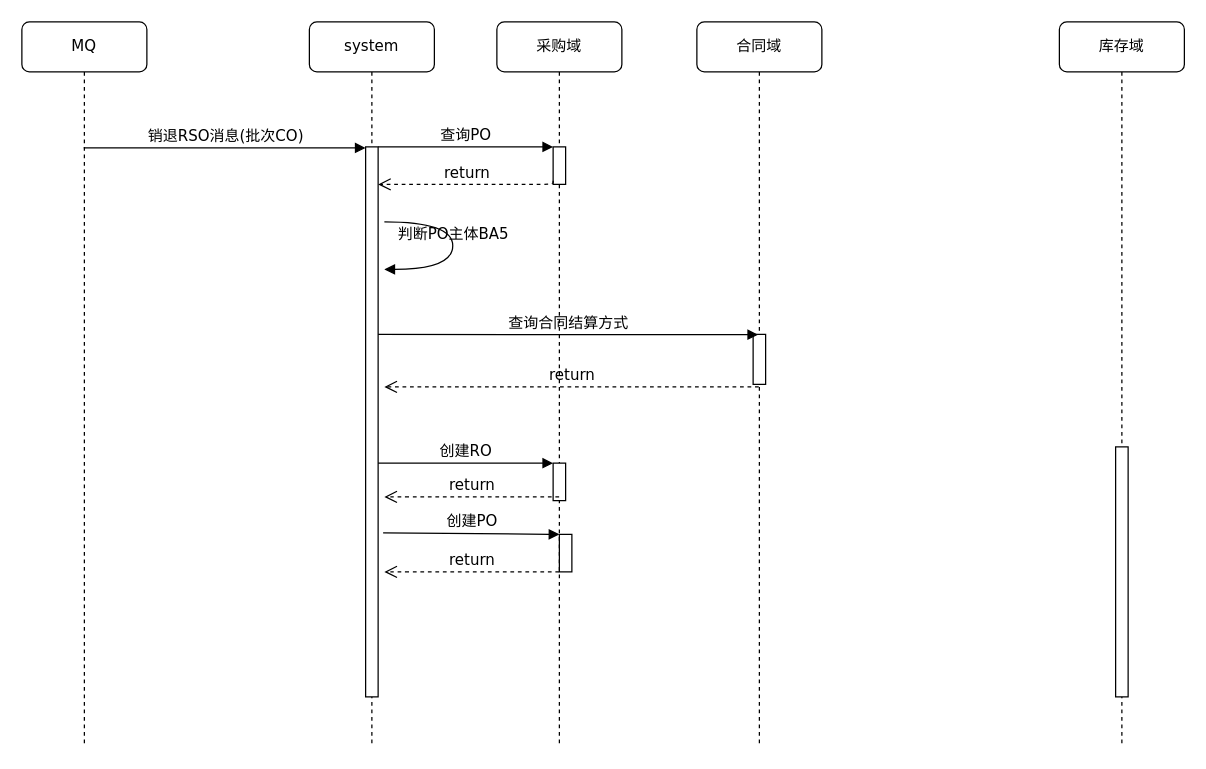
This is Untitled Diagram.drawio from kabitonn/draw.io, a draw.io file, before an edit. Source tidied: cells renumbered, new cells numbered last; positions are measured from the earlier drawing's top-left corner, leaving out a move shared by most shapes. Both pictures are drawn from the tidied source at 125%, with x=0, y=0 at pixel (21, 21).
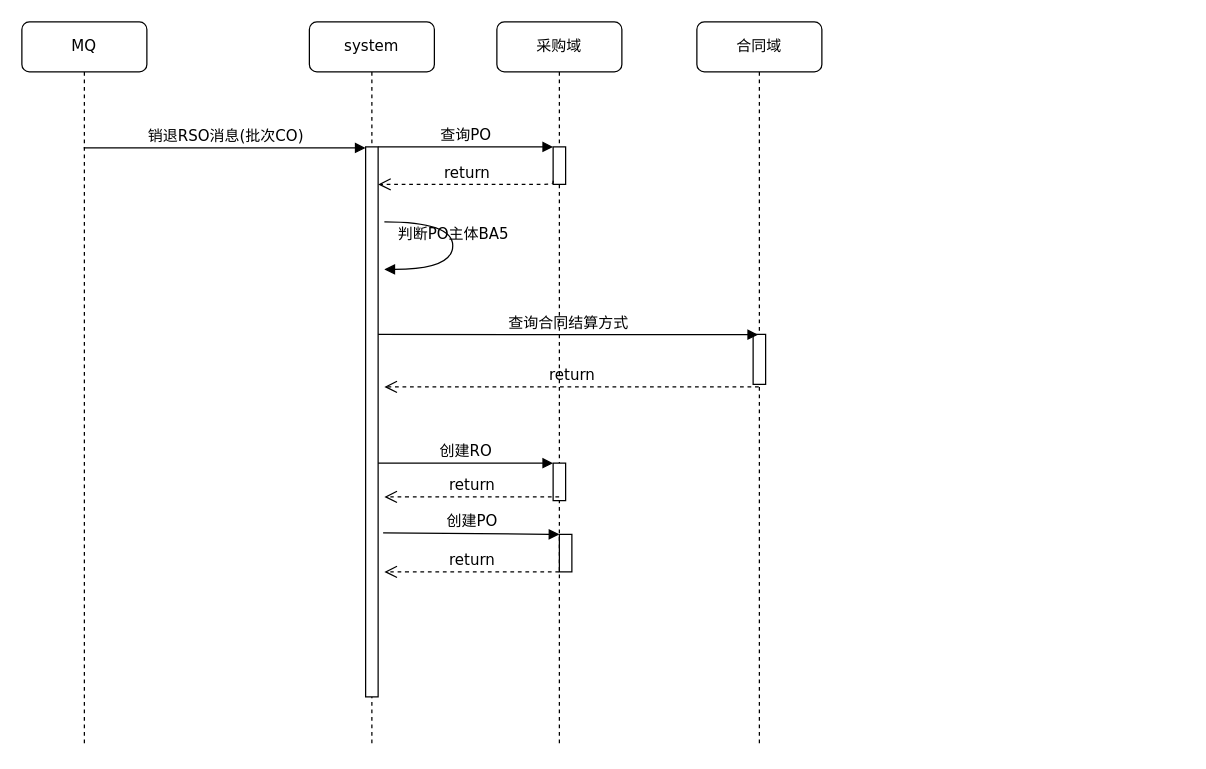
After the change.

Diff of the diagram source:
```diff
@@
-    <mxCell id="6" value="库存域" style="shape=umlLifeline;perimeter=lifelinePerimeter;whiteSpace=wrap;html=1;rounded=1;shadow=0;comic=0;labelBackgroundColor=none;strokeWidth=1;fontFamily=Verdana;fontSize=12;align=center;" parent="1" vertex="1">
-      <mxGeometry x="830" width="100" height="580" as="geometry" />
-    </mxCell>
-    <mxCell id="7" style="html=1;perimeter=orthogonalPerimeter;rounded=0;shadow=0;comic=0;labelBackgroundColor=none;strokeWidth=1;fontFamily=Verdana;fontSize=12;align=center;" parent="6" vertex="1">
-      <mxGeometry x="45" y="340" width="10" height="200" as="geometry" />
-    </mxCell>
```
